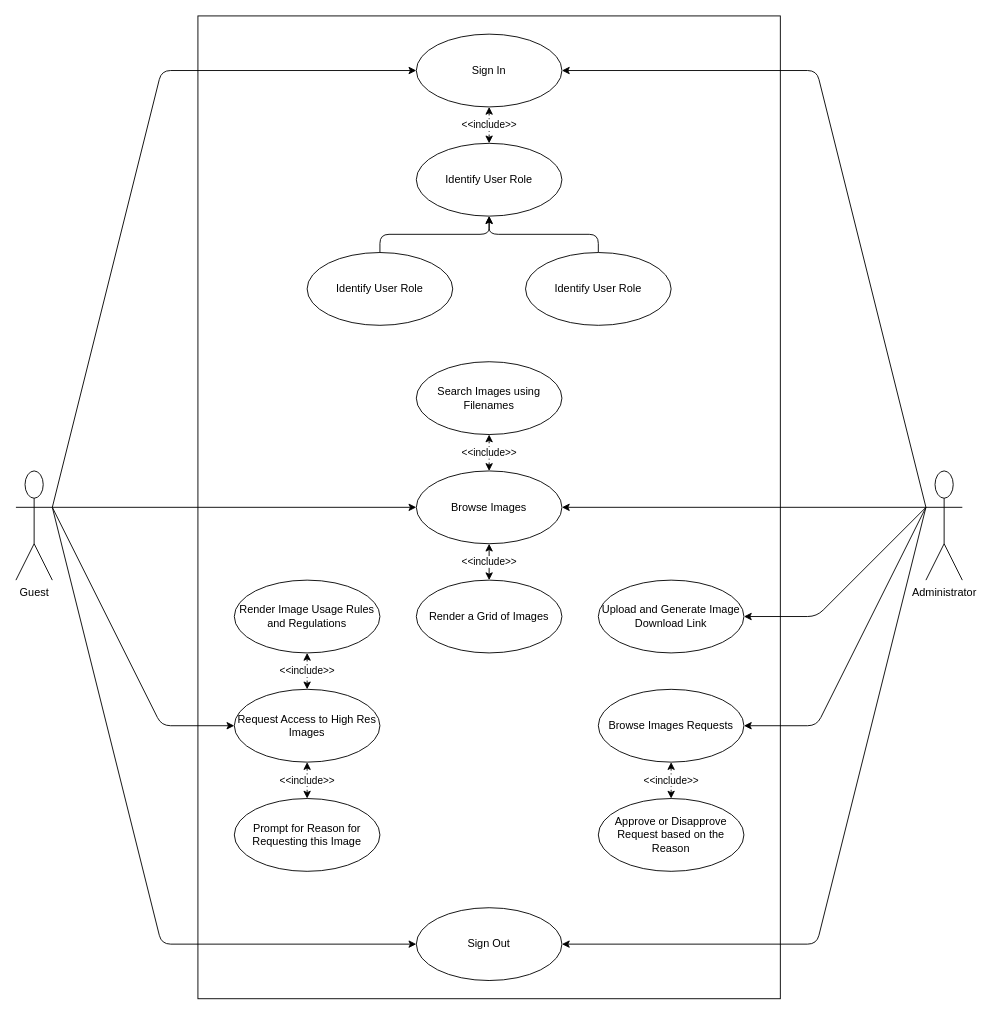
The draw.io diagram design/uml-use-case.drawio in ska-sa/images-hub, before the edit. Source tidied: cells renumbered, new cells numbered last; positions are measured from the earlier drawing's top-left corner, leaving out a move shared by most shapes. Both pictures are drawn from the tidied source at 91%, with x=0, y=0 at pixel (15, 15).
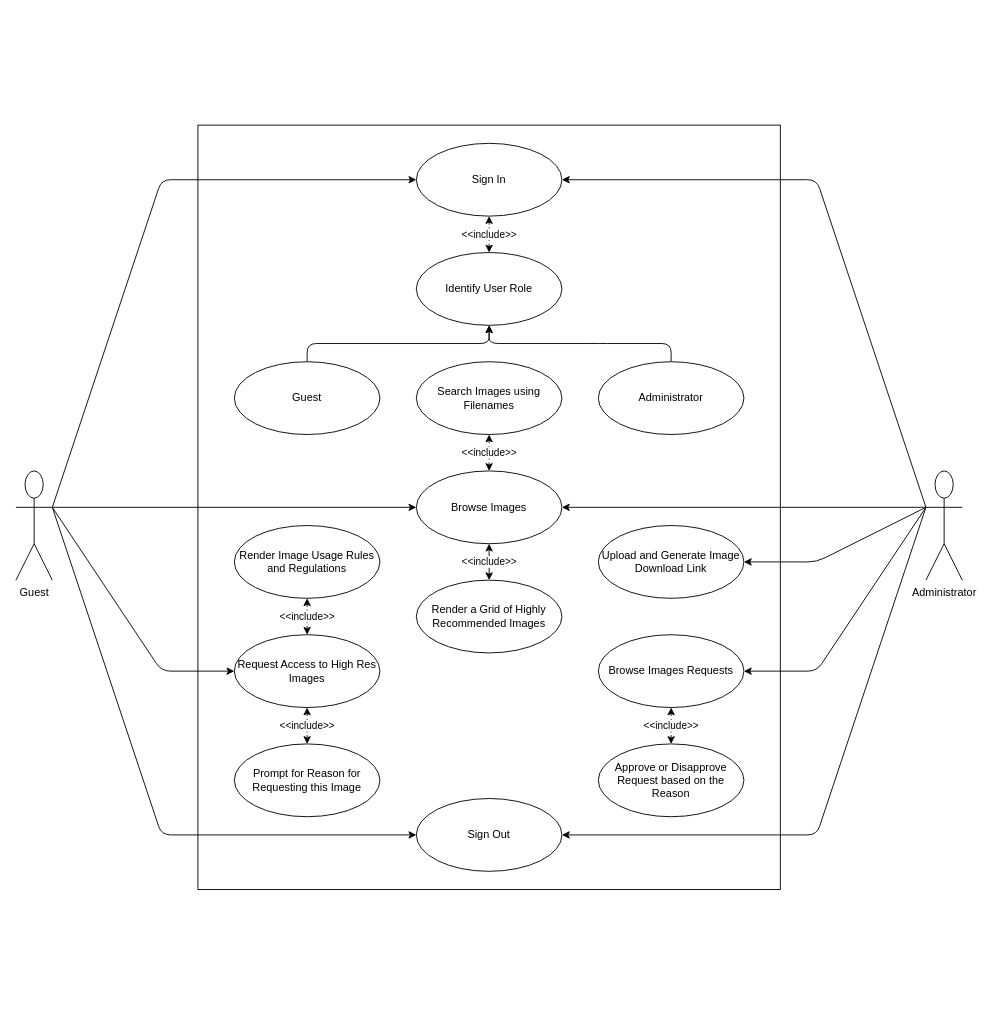
The same page after the edit.

Commit message:
Update the diagram by reducing it's height

Unchanged cells that the change refers to:
```xml
<mxCell id="29" value="Guest" style="shape=umlActor;verticalLabelPosition=bottom;verticalAlign=top;html=1;outlineConnect=0;" parent="1" vertex="1">
  <mxGeometry y="500" width="40" height="120" as="geometry" />
</mxCell>
<mxCell id="35" value="Administrator" style="shape=umlActor;verticalLabelPosition=bottom;verticalAlign=top;html=1;outlineConnect=0;" parent="1" vertex="1">
  <mxGeometry x="1000" y="500" width="40" height="120" as="geometry" />
</mxCell>
```

The edit, as a diff of the source:
```diff
@@
     <mxCell id="2" style="rounded=0;whiteSpace=wrap;html=1;" parent="1" vertex="1">
-      <mxGeometry x="200" width="640" height="1080" as="geometry" />
+      <mxGeometry x="200" y="120" width="640" height="840" as="geometry" />
     </mxCell>
@@
     <mxCell id="4" value="Sign In" style="ellipse;whiteSpace=wrap;html=1;" parent="1" vertex="1">
-      <mxGeometry x="440" y="20" width="160" height="80" as="geometry" />
+      <mxGeometry x="440" y="140" width="160" height="80" as="geometry" />
     </mxCell>
     <mxCell id="5" value="Identify User Role" style="ellipse;whiteSpace=wrap;html=1;" parent="1" vertex="1">
-      <mxGeometry x="440" y="140" width="160" height="80" as="geometry" />
+      <mxGeometry x="440" y="260" width="160" height="80" as="geometry" />
     </mxCell>
     <mxCell id="6" style="edgeStyle=none;html=1;exitX=0.5;exitY=0;exitDx=0;exitDy=0;entryX=0.5;entryY=1;entryDx=0;entryDy=0;" parent="1" edge="1" source="7" target="5">
       <mxGeometry relative="1" as="geometry">
         <Array as="points">
-          <mxPoint x="400" y="240" />
-          <mxPoint x="520" y="240" />
+          <mxPoint x="320" y="360" />
+          <mxPoint x="520" y="360" />
         </Array>
       </mxGeometry>
     </mxCell>
-    <mxCell id="7" value="Identify User Role" style="ellipse;whiteSpace=wrap;html=1;" parent="1" vertex="1">
-      <mxGeometry x="320" y="260" width="160" height="80" as="geometry" />
+    <mxCell id="7" value="Guest" style="ellipse;whiteSpace=wrap;html=1;" parent="1" vertex="1">
+      <mxGeometry x="240" y="380" width="160" height="80" as="geometry" />
     </mxCell>
     <mxCell id="8" style="edgeStyle=none;html=1;exitX=0.5;exitY=0;exitDx=0;exitDy=0;entryX=0.5;entryY=1;entryDx=0;entryDy=0;" parent="1" edge="1" source="9" target="5">
       <mxGeometry relative="1" as="geometry">
         <Array as="points">
-          <mxPoint x="640" y="260" />
-          <mxPoint x="640" y="240" />
-          <mxPoint x="520" y="240" />
+          <mxPoint x="720" y="360" />
+          <mxPoint x="640" y="360" />
+          <mxPoint x="520" y="360" />
         </Array>
       </mxGeometry>
     </mxCell>
-    <mxCell id="9" value="Identify User Role" style="ellipse;whiteSpace=wrap;html=1;" parent="1" vertex="1">
-      <mxGeometry x="560" y="260" width="160" height="80" as="geometry" />
+    <mxCell id="9" value="Administrator" style="ellipse;whiteSpace=wrap;html=1;" parent="1" vertex="1">
+      <mxGeometry x="640" y="380" width="160" height="80" as="geometry" />
     </mxCell>
@@
-    <mxCell id="14" value="Render a Grid of Images" style="ellipse;whiteSpace=wrap;html=1;" parent="1" vertex="1">
+    <mxCell id="14" value="Render a Grid of Highly Recommended Images" style="ellipse;whiteSpace=wrap;html=1;" parent="1" vertex="1">
       <mxGeometry x="440" y="620" width="160" height="80" as="geometry" />
     </mxCell>
@@
     <mxCell id="16" value="Request Access to High Res Images" style="ellipse;whiteSpace=wrap;html=1;" parent="1" vertex="1">
-      <mxGeometry x="240" y="740" width="160" height="80" as="geometry" />
+      <mxGeometry x="240" y="680" width="160" height="80" as="geometry" />
     </mxCell>
@@
     <mxCell id="18" value="Render Image Usage Rules and Regulations" style="ellipse;whiteSpace=wrap;html=1;" parent="1" vertex="1">
-      <mxGeometry x="240" y="620" width="160" height="80" as="geometry" />
+      <mxGeometry x="240" y="560" width="160" height="80" as="geometry" />
     </mxCell>
     <mxCell id="19" value="Prompt for Reason for Requesting this Image" style="ellipse;whiteSpace=wrap;html=1;" parent="1" vertex="1">
-      <mxGeometry x="240" y="860" width="160" height="80" as="geometry" />
+      <mxGeometry x="240" y="800" width="160" height="80" as="geometry" />
     </mxCell>
@@
     <mxCell id="21" value="Browse Images Requests" style="ellipse;whiteSpace=wrap;html=1;" parent="1" vertex="1">
-      <mxGeometry x="640" y="740" width="160" height="80" as="geometry" />
+      <mxGeometry x="640" y="680" width="160" height="80" as="geometry" />
     </mxCell>
     <mxCell id="22" value="Upload and Generate Image Download Link" style="ellipse;whiteSpace=wrap;html=1;" parent="1" vertex="1">
-      <mxGeometry x="640" y="620" width="160" height="80" as="geometry" />
+      <mxGeometry x="640" y="560" width="160" height="80" as="geometry" />
     </mxCell>
     <mxCell id="23" value="Approve or Disapprove Request based on the Reason" style="ellipse;whiteSpace=wrap;html=1;" parent="1" vertex="1">
-      <mxGeometry x="640" y="860" width="160" height="80" as="geometry" />
+      <mxGeometry x="640" y="800" width="160" height="80" as="geometry" />
     </mxCell>
     <mxCell id="24" value="Sign Out" style="ellipse;whiteSpace=wrap;html=1;" parent="1" vertex="1">
-      <mxGeometry x="440" y="980" width="160" height="80" as="geometry" />
+      <mxGeometry x="440" y="860" width="160" height="80" as="geometry" />
     </mxCell>
@@
     <mxCell id="26" style="edgeStyle=none;html=1;exitX=1;exitY=0.3333333333333333;exitDx=0;exitDy=0;exitPerimeter=0;entryX=0;entryY=0.5;entryDx=0;entryDy=0;" parent="1" edge="1" source="29" target="4">
       <mxGeometry relative="1" as="geometry">
         <Array as="points">
-          <mxPoint x="160" y="60" />
+          <mxPoint x="160" y="180" />
         </Array>
       </mxGeometry>
     </mxCell>
     <mxCell id="27" style="edgeStyle=none;html=1;exitX=1;exitY=0.3333333333333333;exitDx=0;exitDy=0;exitPerimeter=0;entryX=0;entryY=0.5;entryDx=0;entryDy=0;" parent="1" edge="1" source="29" target="16">
       <mxGeometry relative="1" as="geometry">
         <Array as="points">
-          <mxPoint x="160" y="780" />
+          <mxPoint x="160" y="720" />
         </Array>
       </mxGeometry>
     </mxCell>
     <mxCell id="28" style="edgeStyle=none;html=1;exitX=1;exitY=0.3333333333333333;exitDx=0;exitDy=0;exitPerimeter=0;entryX=0;entryY=0.5;entryDx=0;entryDy=0;" parent="1" edge="1" source="29" target="24">
       <mxGeometry relative="1" as="geometry">
         <Array as="points">
-          <mxPoint x="160" y="1020" />
+          <mxPoint x="160" y="900" />
         </Array>
       </mxGeometry>
     </mxCell>
@@
     <mxCell id="31" style="edgeStyle=none;html=1;exitX=0;exitY=0.3333333333333333;exitDx=0;exitDy=0;exitPerimeter=0;entryX=1;entryY=0.5;entryDx=0;entryDy=0;" parent="1" edge="1" source="35" target="4">
       <mxGeometry relative="1" as="geometry">
         <Array as="points">
-          <mxPoint x="880" y="60" />
+          <mxPoint x="880" y="180" />
         </Array>
       </mxGeometry>
     </mxCell>
     <mxCell id="32" style="edgeStyle=none;html=1;exitX=0;exitY=0.3333333333333333;exitDx=0;exitDy=0;exitPerimeter=0;entryX=1;entryY=0.5;entryDx=0;entryDy=0;" parent="1" edge="1" source="35" target="21">
       <mxGeometry relative="1" as="geometry">
         <Array as="points">
-          <mxPoint x="880" y="780" />
+          <mxPoint x="880" y="720" />
         </Array>
       </mxGeometry>
     </mxCell>
     <mxCell id="33" style="edgeStyle=none;html=1;exitX=0;exitY=0.3333333333333333;exitDx=0;exitDy=0;exitPerimeter=0;entryX=1;entryY=0.5;entryDx=0;entryDy=0;" parent="1" edge="1" source="35" target="24">
       <mxGeometry relative="1" as="geometry">
         <Array as="points">
-          <mxPoint x="880" y="1020" />
+          <mxPoint x="880" y="900" />
         </Array>
       </mxGeometry>
     </mxCell>
     <mxCell id="34" style="edgeStyle=none;html=1;exitX=0;exitY=0.3333333333333333;exitDx=0;exitDy=0;exitPerimeter=0;entryX=1;entryY=0.5;entryDx=0;entryDy=0;" parent="1" edge="1" source="35" target="22">
       <mxGeometry relative="1" as="geometry">
         <Array as="points">
-          <mxPoint x="880" y="660" />
+          <mxPoint x="880" y="600" />
         </Array>
       </mxGeometry>
     </mxCell>
```
